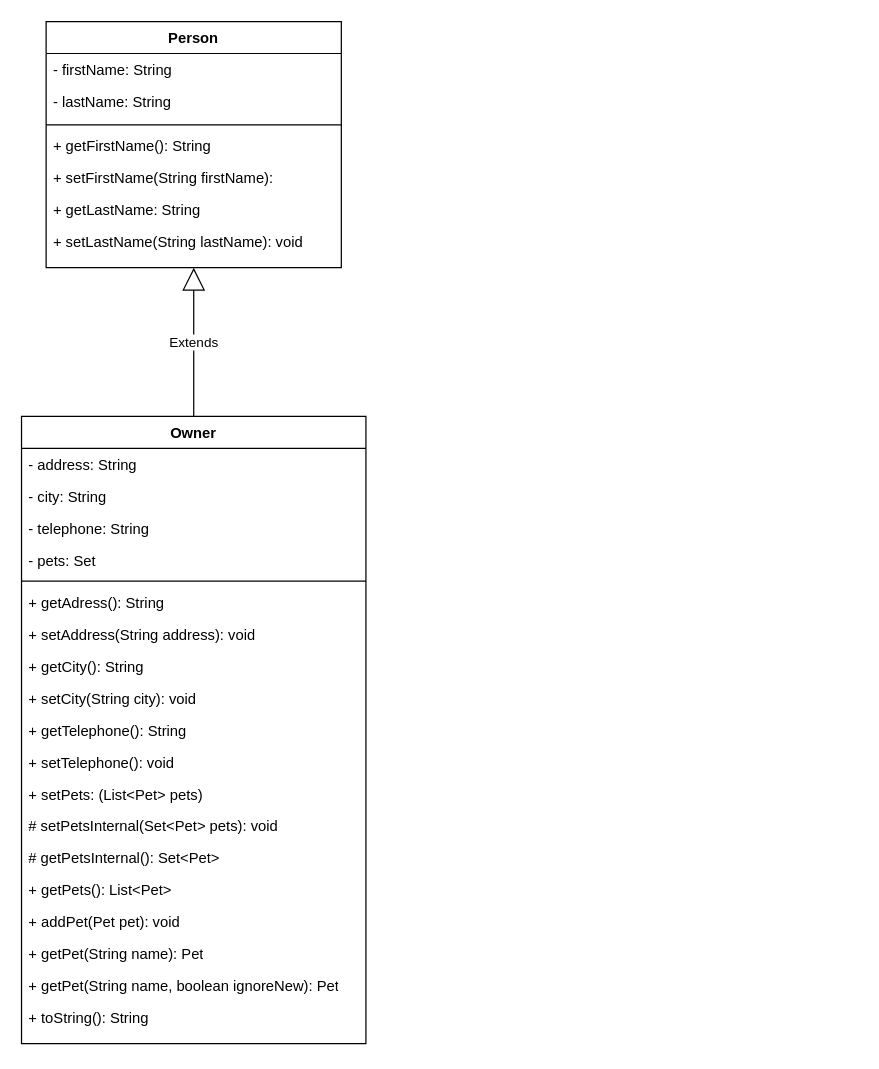
Earlier version of the draw.io diagram src/UML/PetClinic.drawio (BubbaTamer/petclinic). Source tidied: cells renumbered, new cells numbered last; positions are measured from the earlier drawing's top-left corner, leaving out a move shared by most shapes. Both pictures are drawn from the tidied source at 123%, with x=0, y=0 at pixel (21, 21).
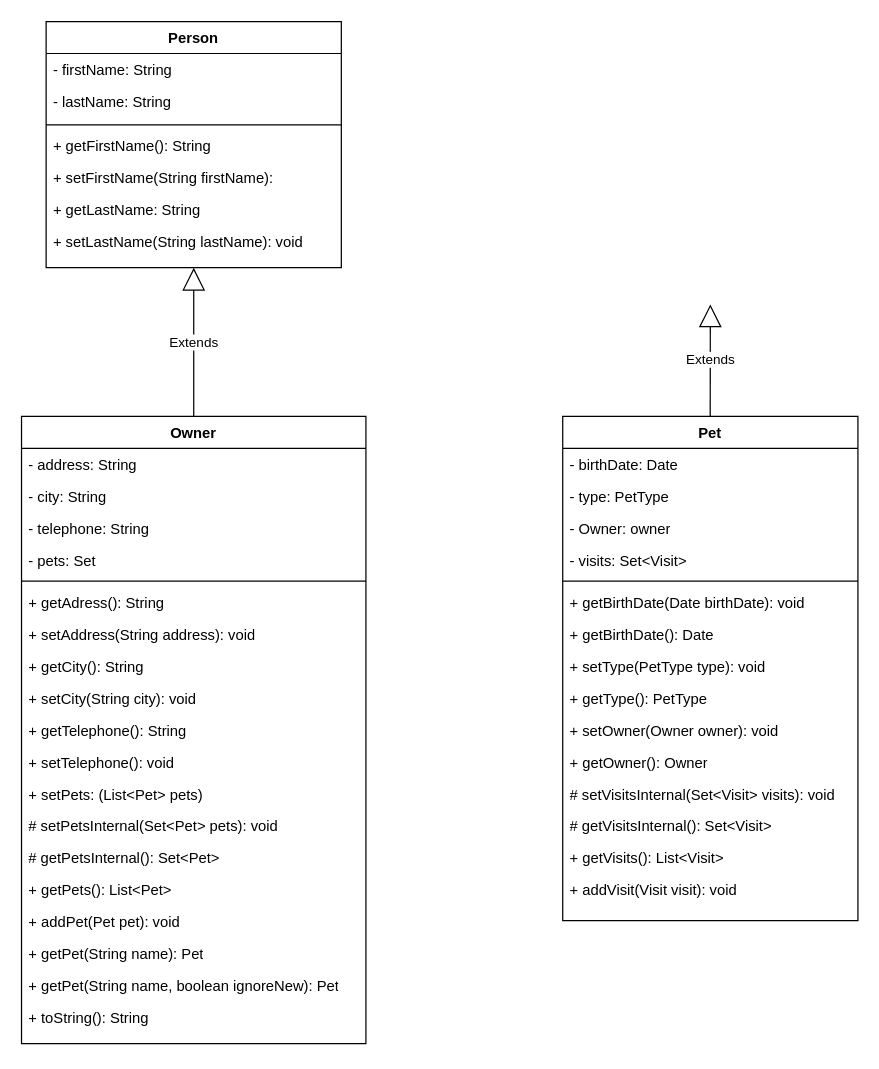
The same diagram, later.

The edit, as a diff of the source:
```diff
@@
+    <mxCell id="31" value="Pet" style="swimlane;fontStyle=1;align=center;verticalAlign=top;horizontal=1;startSize=26;whiteSpace=wrap;html=1;" parent="1" vertex="1">
+      <mxGeometry x="440" y="321" width="240" height="410" as="geometry" />
+    </mxCell>
+    <mxCell id="32" value="- birthDate: Date" style="text;strokeColor=none;fillColor=none;align=left;verticalAlign=top;spacingLeft=4;spacingRight=4;overflow=hidden;whiteSpace=wrap;html=1;" parent="31" vertex="1">
+      <mxGeometry y="26" width="240" height="26" as="geometry" />
+    </mxCell>
+    <mxCell id="33" value="- type: PetType" style="text;strokeColor=none;fillColor=none;align=left;verticalAlign=top;spacingLeft=4;spacingRight=4;overflow=hidden;whiteSpace=wrap;html=1;" parent="31" vertex="1">
+      <mxGeometry y="52" width="240" height="26" as="geometry" />
+    </mxCell>
+    <mxCell id="34" value="- Owner: owner" style="text;strokeColor=none;fillColor=none;align=left;verticalAlign=top;spacingLeft=4;spacingRight=4;overflow=hidden;whiteSpace=wrap;html=1;" parent="31" vertex="1">
+      <mxGeometry y="78" width="240" height="26" as="geometry" />
+    </mxCell>
+    <mxCell id="35" value="- visits: Set&amp;lt;Visit&amp;gt;" style="text;strokeColor=none;fillColor=none;align=left;verticalAlign=top;spacingLeft=4;spacingRight=4;overflow=hidden;whiteSpace=wrap;html=1;" parent="31" vertex="1">
+      <mxGeometry y="104" width="240" height="26" as="geometry" />
+    </mxCell>
+    <mxCell id="36" style="line;strokeWidth=1;fillColor=none;align=left;verticalAlign=middle;spacingTop=-1;spacingLeft=3;spacingRight=3;labelPosition=right;strokeColor=inherit;" parent="31" vertex="1">
+      <mxGeometry y="130" width="240" height="8" as="geometry" />
+    </mxCell>
+    <mxCell id="37" value="+ getBirthDate(Date birthDate): void" style="text;strokeColor=none;fillColor=none;align=left;verticalAlign=top;spacingLeft=4;spacingRight=4;overflow=hidden;whiteSpace=wrap;html=1;" parent="31" vertex="1">
+      <mxGeometry y="138" width="240" height="26" as="geometry" />
+    </mxCell>
+    <mxCell id="38" value="+ getBirthDate(): Date&amp;nbsp;" style="text;strokeColor=none;fillColor=none;align=left;verticalAlign=top;spacingLeft=4;spacingRight=4;overflow=hidden;whiteSpace=wrap;html=1;" parent="31" vertex="1">
+      <mxGeometry y="164" width="240" height="26" as="geometry" />
+    </mxCell>
+    <mxCell id="39" value="+ setType(PetType type): void" style="text;strokeColor=none;fillColor=none;align=left;verticalAlign=top;spacingLeft=4;spacingRight=4;overflow=hidden;whiteSpace=wrap;html=1;" parent="31" vertex="1">
+      <mxGeometry y="190" width="240" height="26" as="geometry" />
+    </mxCell>
+    <mxCell id="40" value="+ getType(): PetType" style="text;strokeColor=none;fillColor=none;align=left;verticalAlign=top;spacingLeft=4;spacingRight=4;overflow=hidden;whiteSpace=wrap;html=1;" parent="31" vertex="1">
+      <mxGeometry y="216" width="240" height="26" as="geometry" />
+    </mxCell>
+    <mxCell id="41" value="+ setOwner(Owner owner): void" style="text;strokeColor=none;fillColor=none;align=left;verticalAlign=top;spacingLeft=4;spacingRight=4;overflow=hidden;whiteSpace=wrap;html=1;" parent="31" vertex="1">
+      <mxGeometry y="242" width="240" height="26" as="geometry" />
+    </mxCell>
+    <mxCell id="42" value="+ getOwner(): Owner" style="text;strokeColor=none;fillColor=none;align=left;verticalAlign=top;spacingLeft=4;spacingRight=4;overflow=hidden;whiteSpace=wrap;html=1;" parent="31" vertex="1">
+      <mxGeometry y="268" width="240" height="26" as="geometry" />
+    </mxCell>
+    <mxCell id="43" value="# setVisitsInternal(Set&amp;lt;Visit&amp;gt; visits): void&amp;nbsp;" style="text;strokeColor=none;fillColor=none;align=left;verticalAlign=top;spacingLeft=4;spacingRight=4;overflow=hidden;whiteSpace=wrap;html=1;" parent="31" vertex="1">
+      <mxGeometry y="294" width="240" height="26" as="geometry" />
+    </mxCell>
+    <mxCell id="44" value="# getVisitsInternal(): Set&amp;lt;Visit&amp;gt;&amp;nbsp;" style="text;strokeColor=none;fillColor=none;align=left;verticalAlign=top;spacingLeft=4;spacingRight=4;overflow=hidden;whiteSpace=wrap;html=1;" parent="31" vertex="1">
+      <mxGeometry y="320" width="240" height="26" as="geometry" />
+    </mxCell>
+    <mxCell id="45" value="+ getVisits(): List&amp;lt;Visit&amp;gt;" style="text;strokeColor=none;fillColor=none;align=left;verticalAlign=top;spacingLeft=4;spacingRight=4;overflow=hidden;whiteSpace=wrap;html=1;" parent="31" vertex="1">
+      <mxGeometry y="346" width="240" height="26" as="geometry" />
+    </mxCell>
+    <mxCell id="46" value="+ addVisit(Visit visit): void" style="text;strokeColor=none;fillColor=none;align=left;verticalAlign=top;spacingLeft=4;spacingRight=4;overflow=hidden;whiteSpace=wrap;html=1;" parent="31" vertex="1">
+      <mxGeometry y="372" width="240" height="38" as="geometry" />
+    </mxCell>
+    <mxCell id="47" value="Extends" style="endArrow=block;endSize=16;endFill=0;html=1;rounded=0;" parent="1" edge="1">
+      <mxGeometry relative="1" as="geometry">
+        <mxPoint x="559.9" y="321" as="sourcePoint" />
+        <mxPoint x="560" y="230" as="targetPoint" />
+      </mxGeometry>
+    </mxCell>
```
